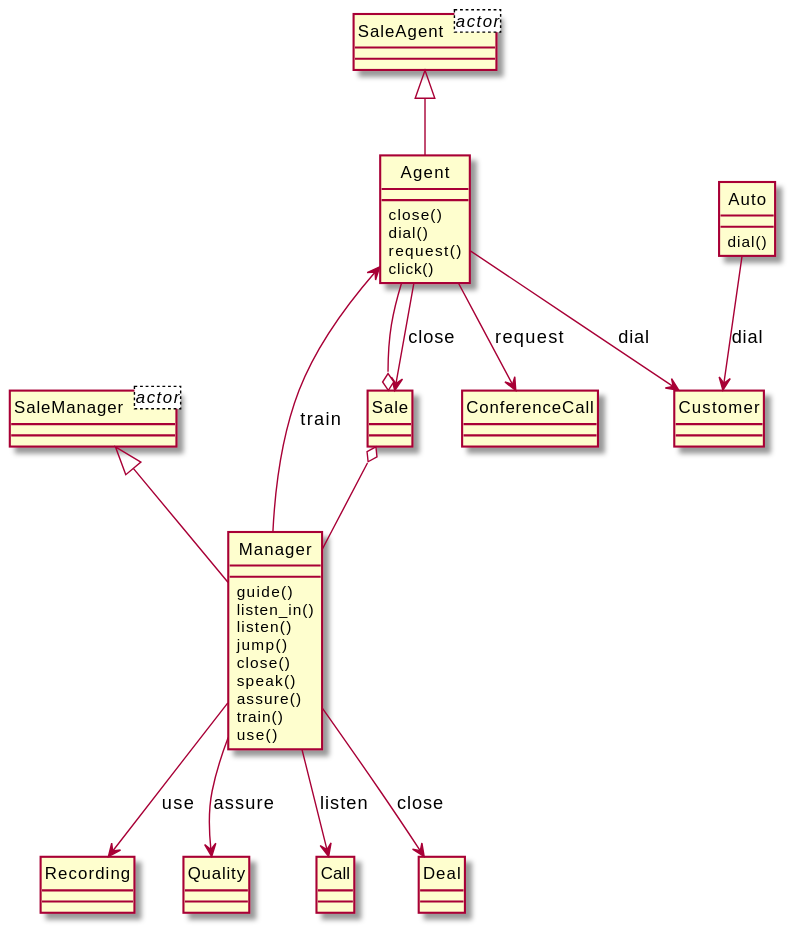
Before: output/diagram_5/2014-USC-Project05.svg, a diagram exported from PlantUML (xixixhalu/DomainModelExtractor).
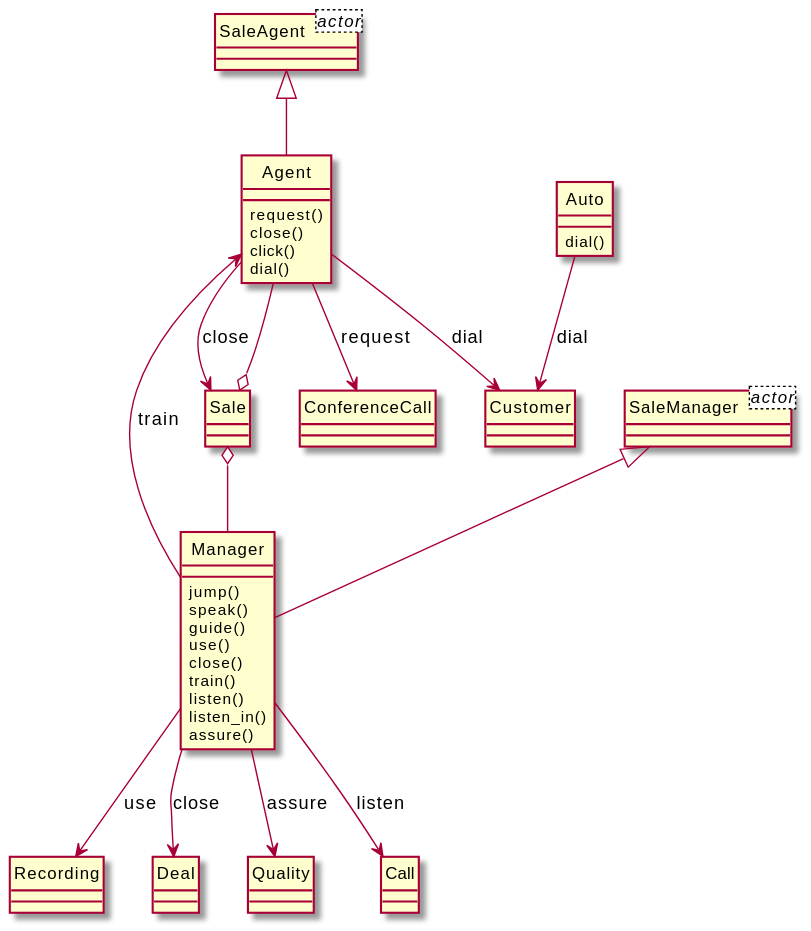
Above is the later version.

The edit, as a diff of the source:
```diff
@@ -5,54 +5,54 @@
 class SaleManager<actor> {
 }
 class Manager {
+	jump()
+	speak()
 	guide()
+	use()
+	close()
+	train()
+	listen()
 	listen_in()
-	listen()
-	jump()
-	close()
-	speak()
 	assure()
-	train()
-	use()
 }
 class Agent {
+	request()
 	close()
+	click()
 	dial()
-	request()
-	click()
 }
 class Sale {
 }
-class Customer {
+class ConferenceCall {
 }
 class Recording {
+}
+class Deal {
+}
+class Quality {
+}
+class Customer {
 }
 class Auto {
 	dial()
 }
-class Quality {
-}
 class Call {
-}
-class Deal {
-}
-class ConferenceCall {
 }
 class SaleAgent {
 }
 class SaleManager {
 }
+Auto --> Customer : dial
+Sale o-- Manager
+SaleAgent <|-- Agent
+Agent --> ConferenceCall : request
+Manager --> Quality : assure
+SaleManager <|-- Manager
+Manager --> Recording : use
+Manager --> Call : listen
+Manager --> Agent : train
+Agent --> Sale : close
+Agent --> Customer : dial
+Sale o-- Agent
 Manager --> Deal : close
-SaleAgent <|-- Agent
-Agent --> Customer : dial
-Manager --> Quality : assure
-Manager --> Agent : train
-Manager --> Recording : use
-Agent --> ConferenceCall : request
-Manager --> Call : listen
-SaleManager <|-- Manager
-Auto --> Customer : dial
-Agent --> Sale : close
-Sale o-- Agent
-Sale o-- Manager
 @enduml
```
